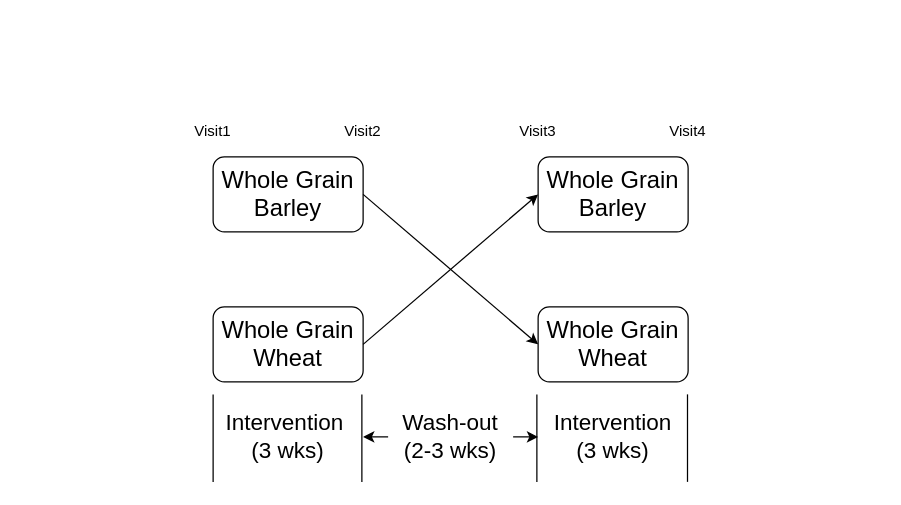
Above: figure/study_design.drawio in tuhulab/bfi-wholegrain (draw.io), before the change. Source tidied: cells renumbered, new cells numbered last; positions are measured from the earlier drawing's top-left corner, leaving out a move shared by most shapes. Both pictures are drawn from the tidied source at 125%, with x=0, y=0 at pixel (188, 119).
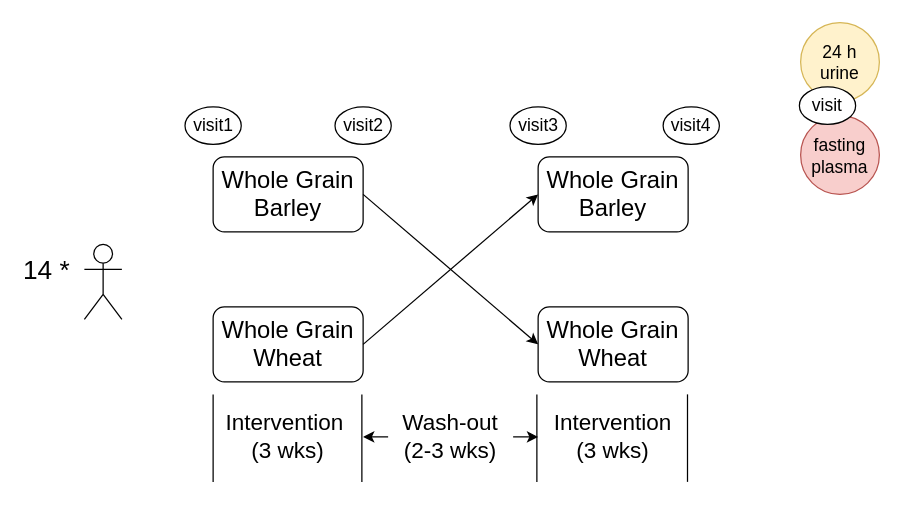
The same page after the edit.

What changed in the source:
```diff
@@
-    <mxCell id="15" value="Visit1" style="text;html=1;strokeColor=none;fillColor=none;align=center;verticalAlign=middle;whiteSpace=wrap;rounded=0;" parent="1" vertex="1">
-      <mxGeometry width="40" height="20" as="geometry" />
-    </mxCell>
-    <mxCell id="16" value="Visit2" style="text;html=1;strokeColor=none;fillColor=none;align=center;verticalAlign=middle;whiteSpace=wrap;rounded=0;" parent="1" vertex="1">
-      <mxGeometry x="120" width="40" height="20" as="geometry" />
-    </mxCell>
-    <mxCell id="17" value="Visit3" style="text;html=1;strokeColor=none;fillColor=none;align=center;verticalAlign=middle;whiteSpace=wrap;rounded=0;" parent="1" vertex="1">
-      <mxGeometry x="260" width="40" height="20" as="geometry" />
-    </mxCell>
-    <mxCell id="18" value="Visit4&lt;br&gt;" style="text;html=1;strokeColor=none;fillColor=none;align=center;verticalAlign=middle;whiteSpace=wrap;rounded=0;" parent="1" vertex="1">
-      <mxGeometry x="380" width="40" height="20" as="geometry" />
-    </mxCell>
@@
+    <mxCell id="21" style="shape=umlActor;verticalLabelPosition=bottom;labelBackgroundColor=#ffffff;verticalAlign=top;html=1;" parent="1" vertex="1">
+      <mxGeometry x="-83" y="100" width="30" height="60" as="geometry" />
+    </mxCell>
+    <mxCell id="22" value="14 *" style="text;html=1;strokeColor=none;fillColor=none;align=center;verticalAlign=middle;whiteSpace=wrap;rounded=0;fontSize=21;" parent="1" vertex="1">
+      <mxGeometry x="-133" y="110" width="40" height="20" as="geometry" />
+    </mxCell>
+    <mxCell id="23" value="visit1" style="ellipse;whiteSpace=wrap;html=1;fontSize=14;" parent="1" vertex="1">
+      <mxGeometry x="-2.5" y="-10" width="45" height="30" as="geometry" />
+    </mxCell>
+    <mxCell id="24" value="visit2" style="ellipse;whiteSpace=wrap;html=1;fontSize=14;" parent="1" vertex="1">
+      <mxGeometry x="117.5" y="-10" width="45" height="30" as="geometry" />
+    </mxCell>
+    <mxCell id="25" value="visit3" style="ellipse;whiteSpace=wrap;html=1;fontSize=14;" parent="1" vertex="1">
+      <mxGeometry x="257.5" y="-10" width="45" height="30" as="geometry" />
+    </mxCell>
+    <mxCell id="26" value="visit4" style="ellipse;whiteSpace=wrap;html=1;fontSize=14;" parent="1" vertex="1">
+      <mxGeometry x="380" y="-10" width="45" height="30" as="geometry" />
+    </mxCell>
+    <mxCell id="27" value="24 h&lt;br&gt;urine&lt;br&gt;" style="ellipse;whiteSpace=wrap;html=1;fontSize=14;fillColor=#fff2cc;strokeColor=#d6b656;" parent="1" vertex="1">
+      <mxGeometry x="490" y="-77.5" width="63" height="63" as="geometry" />
+    </mxCell>
+    <mxCell id="28" value="fasting&lt;br&gt;plasma&lt;br&gt;" style="ellipse;whiteSpace=wrap;html=1;fontSize=14;fillColor=#f8cecc;strokeColor=#b85450;" parent="1" vertex="1">
+      <mxGeometry x="490" y="-3" width="63" height="63" as="geometry" />
+    </mxCell>
+    <mxCell id="29" value="visit" style="ellipse;whiteSpace=wrap;html=1;fontSize=14;" parent="1" vertex="1">
+      <mxGeometry x="489" y="-26" width="45" height="30" as="geometry" />
+    </mxCell>
```
